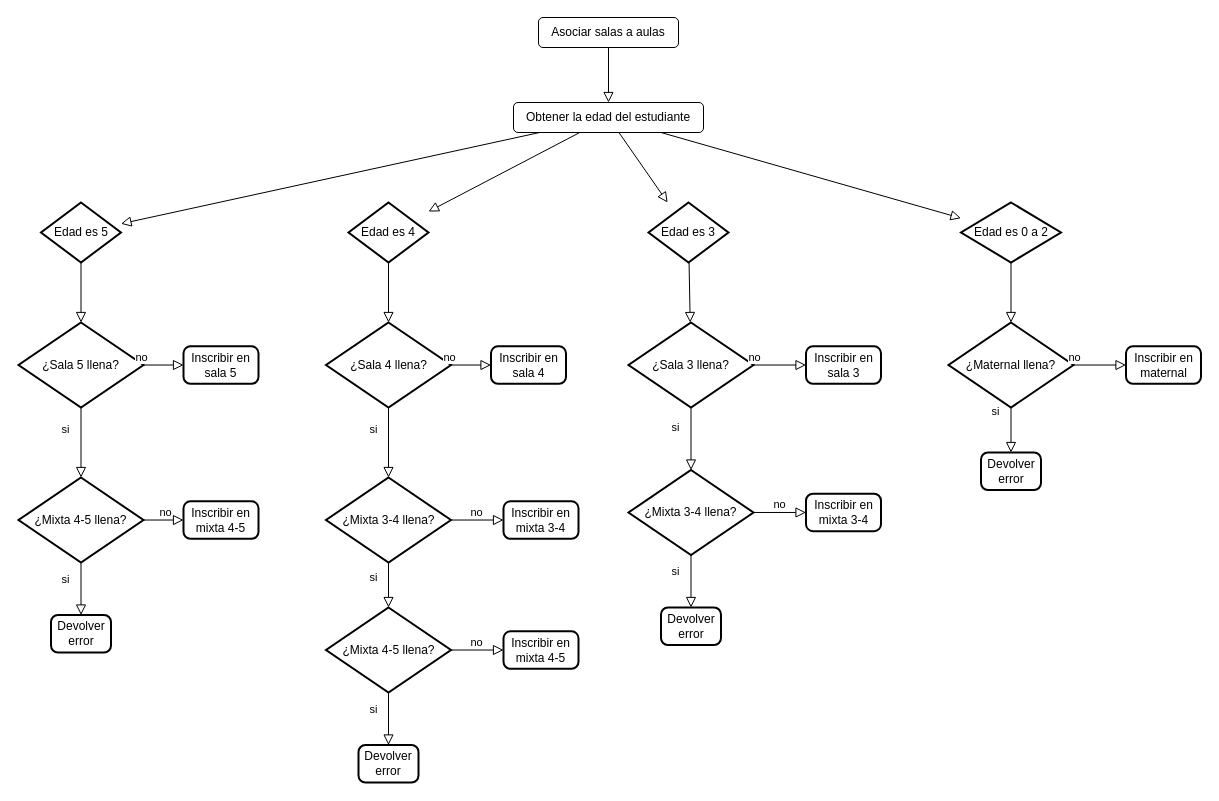
Before: documentacion/Diagramas de flujo.drawio in Aime309/sarco, a draw.io diagram. Source tidied: cells renumbered, new cells numbered last; positions are measured from the earlier drawing's top-left corner, leaving out a move shared by most shapes. Both pictures are drawn from the tidied source at 100%, with x=0, y=0 at pixel (18, 17).
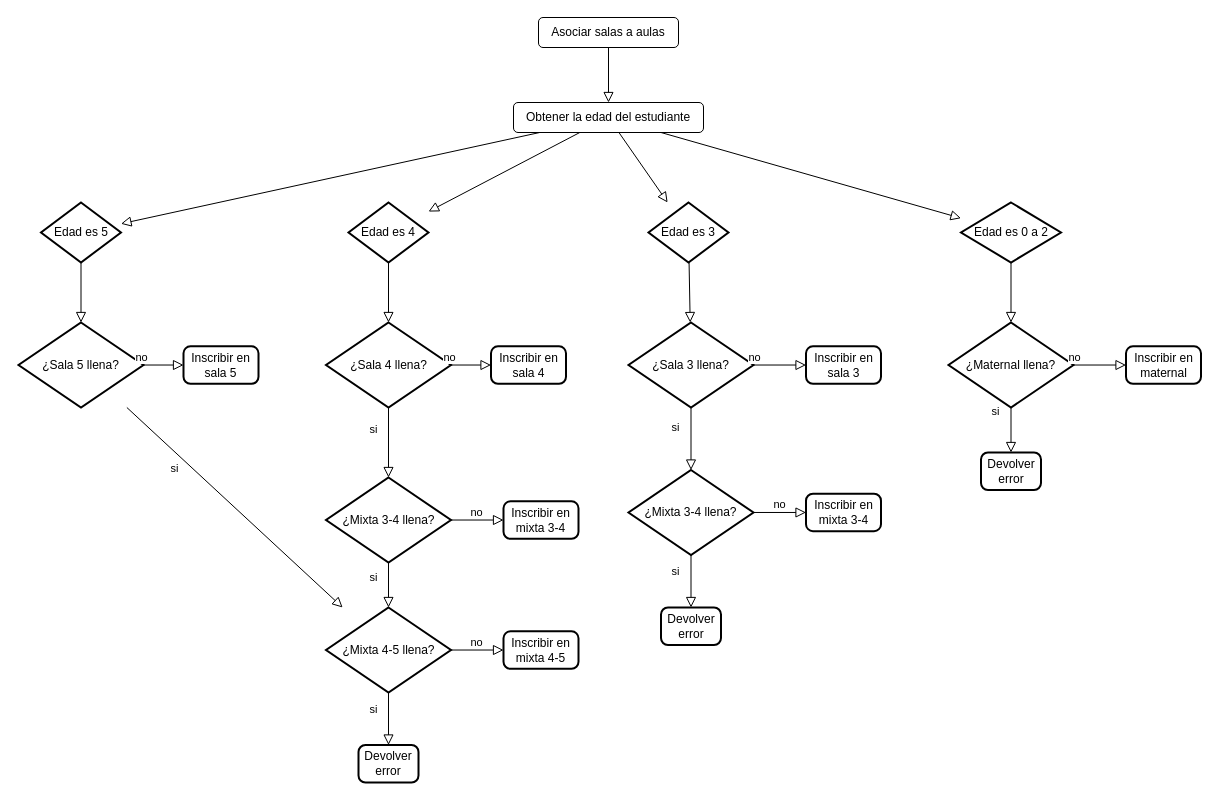
After the change.

Commit message (it also covers changes not shown here):
Simplificado el algoritmo de asignar sala

Unchanged cells that the change refers to:
```xml
<mxCell id="48" value="¿Mixta 4-5 llena?" style="strokeWidth=2;html=1;shape=mxgraph.flowchart.decision;whiteSpace=wrap;" parent="1" vertex="1">
  <mxGeometry x="307.5" y="590" width="125" height="85" as="geometry" />
</mxCell>
<mxCell id="55" value="¿Sala 5 llena?" style="strokeWidth=2;html=1;shape=mxgraph.flowchart.decision;whiteSpace=wrap;" parent="1" vertex="1">
  <mxGeometry y="305" width="125" height="85" as="geometry" />
</mxCell>
```

The edit, as a diff of the source:
```diff
@@
-    <mxCell id="59" value="¿Mixta 4-5 llena?" style="strokeWidth=2;html=1;shape=mxgraph.flowchart.decision;whiteSpace=wrap;" parent="1" vertex="1">
-      <mxGeometry y="460" width="125" height="85" as="geometry" />
-    </mxCell>
-    <mxCell id="60" style="rounded=0;html=1;jettySize=auto;fontSize=11;endArrow=block;endFill=0;endSize=8;strokeWidth=1;shadow=0;labelBackgroundColor=none;" parent="1" edge="1" source="59" target="62">
-      <mxGeometry relative="1" as="geometry" />
-    </mxCell>
-    <mxCell id="61" value="si" style="edgeLabel;html=1;align=center;verticalAlign=middle;" parent="60" vertex="1">
-      <mxGeometry x="-0.42" y="-2" relative="1" as="geometry">
-        <mxPoint x="-14" y="1" as="offset" />
-      </mxGeometry>
-    </mxCell>
-    <mxCell id="62" value="Devolver error" style="rounded=1;whiteSpace=wrap;html=1;absoluteArcSize=1;arcSize=14;strokeWidth=2;" parent="1" vertex="1">
-      <mxGeometry x="32.5" y="597.5" width="60" height="37.5" as="geometry" />
-    </mxCell>
-    <mxCell id="63" value="Inscribir en mixta 4-5" style="rounded=1;whiteSpace=wrap;html=1;absoluteArcSize=1;arcSize=14;strokeWidth=2;" parent="1" vertex="1">
-      <mxGeometry x="165" y="483.8" width="75" height="37.5" as="geometry" />
-    </mxCell>
-    <mxCell id="64" style="rounded=0;html=1;jettySize=auto;fontSize=11;endArrow=block;endFill=0;endSize=8;strokeWidth=1;shadow=0;labelBackgroundColor=none;" parent="1" edge="1" source="59" target="63">
-      <mxGeometry relative="1" as="geometry" />
-    </mxCell>
-    <mxCell id="65" value="no" style="edgeLabel;html=1;align=center;verticalAlign=middle;" parent="64" vertex="1">
-      <mxGeometry x="-0.42" y="-2" relative="1" as="geometry">
-        <mxPoint x="10" y="-10" as="offset" />
-      </mxGeometry>
-    </mxCell>
-    <mxCell id="66" style="rounded=0;html=1;jettySize=auto;fontSize=11;endArrow=block;endFill=0;endSize=8;strokeWidth=1;shadow=0;labelBackgroundColor=none;" parent="1" edge="1" source="55" target="59">
+    <mxCell id="66" style="rounded=0;html=1;jettySize=auto;fontSize=11;endArrow=block;endFill=0;endSize=8;strokeWidth=1;shadow=0;labelBackgroundColor=none;" parent="1" edge="1" source="55" target="48">
       <mxGeometry relative="1" as="geometry" />
     </mxCell>
```
